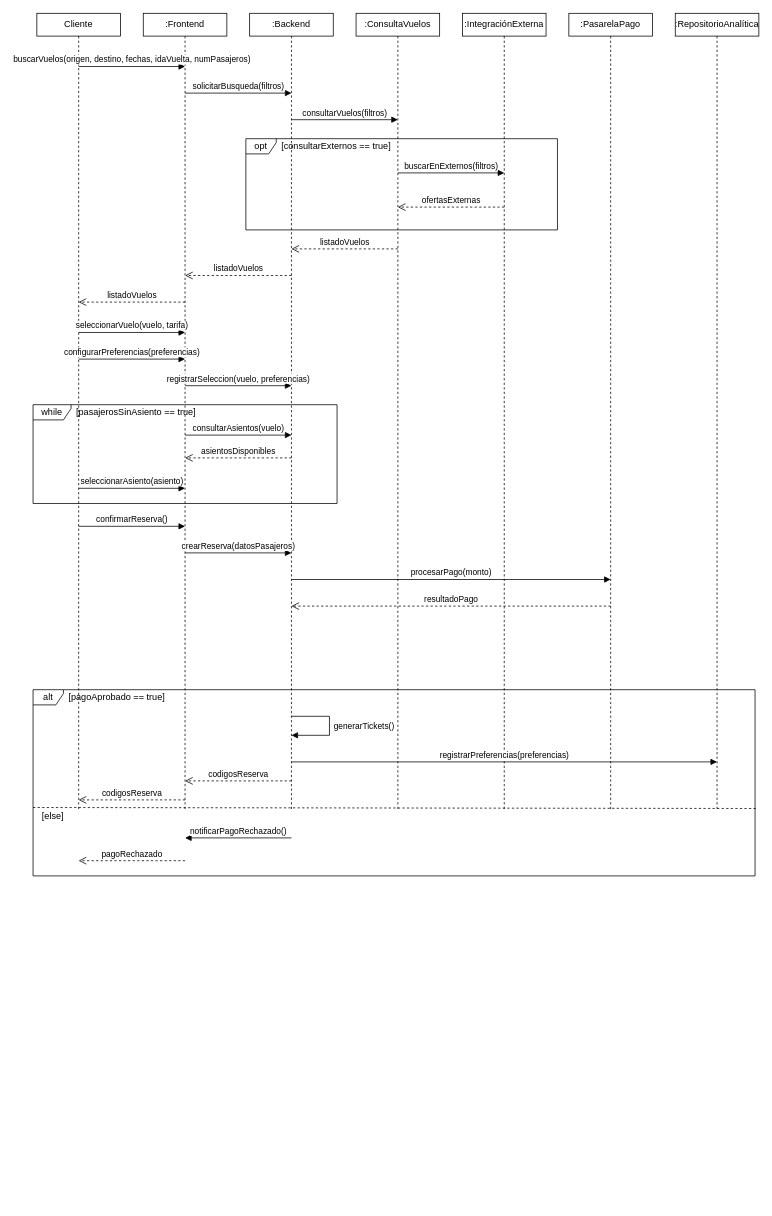
Above: EXAMEN-PRACTICO-P2.drawio in Isa4cc/MODELADO-DIAGRAMAS (draw.io), before the change. Source tidied: cells renumbered, new cells numbered last; positions are measured from the earlier drawing's top-left corner, leaving out a move shared by most shapes. Both pictures are drawn from the tidied source at 76%, with x=0, y=0 at pixel (33, 13).
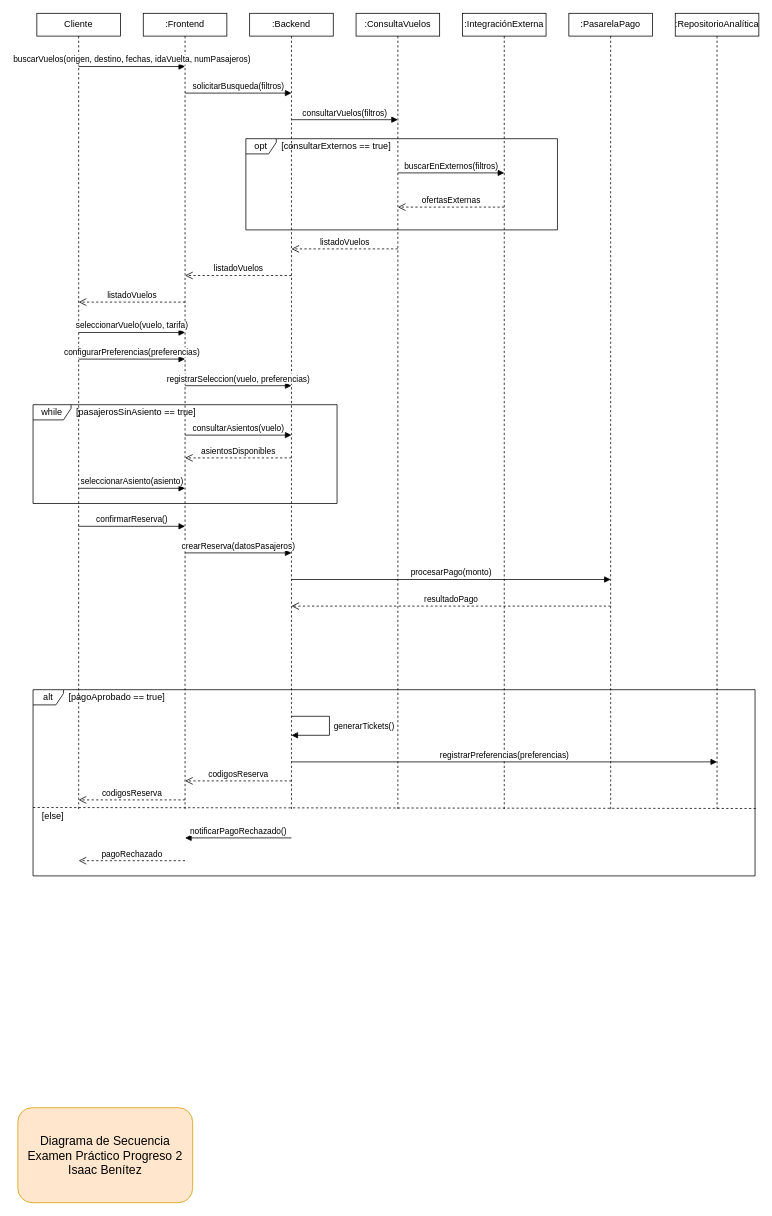
Above is the later version.

What changed in the source:
```diff
@@
+    <mxCell id="41" value="&lt;font style=&quot;font-size: 16px;&quot;&gt;Diagrama de Secuencia&lt;br&gt;Examen Práctico Progreso 2&lt;/font&gt;&lt;div&gt;&lt;font style=&quot;font-size: 16px;&quot;&gt;Isaac Benítez&lt;/font&gt;&lt;/div&gt;" style="rounded=1;whiteSpace=wrap;html=1;roundedPerimeter=1;fillColor=#ffe6cc;strokeColor=#d79b00;" parent="1" vertex="1">
+      <mxGeometry x="-20" y="1440" width="230" height="125" as="geometry" />
+    </mxCell>
```
